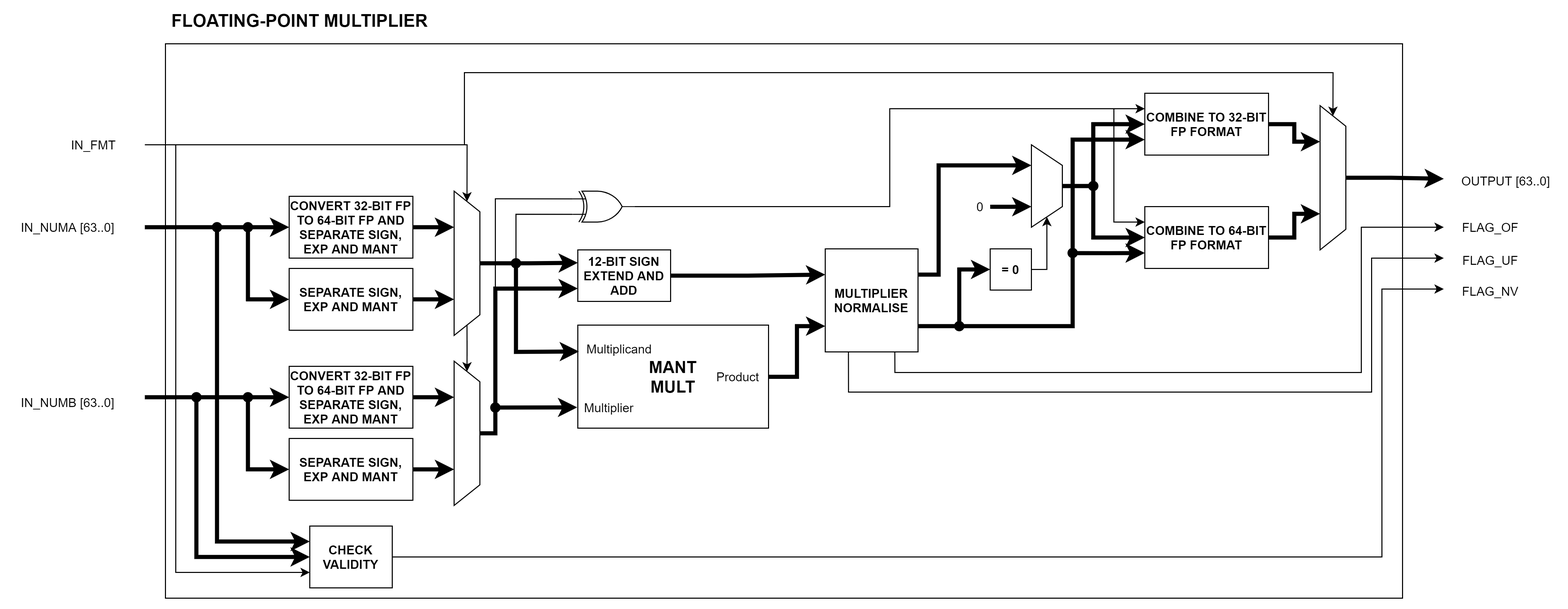
hohaicongthuan/Project-2 keeps this draw.io diagram as Diagrams/PNG_Format/FP_Unit/Floating-point-FP-Mul.drawio.png. Above is the earlier version. Source tidied: cells renumbered, new cells last; positions are measured from the earlier drawing's top-left corner, leaving out a move shared by most shapes.
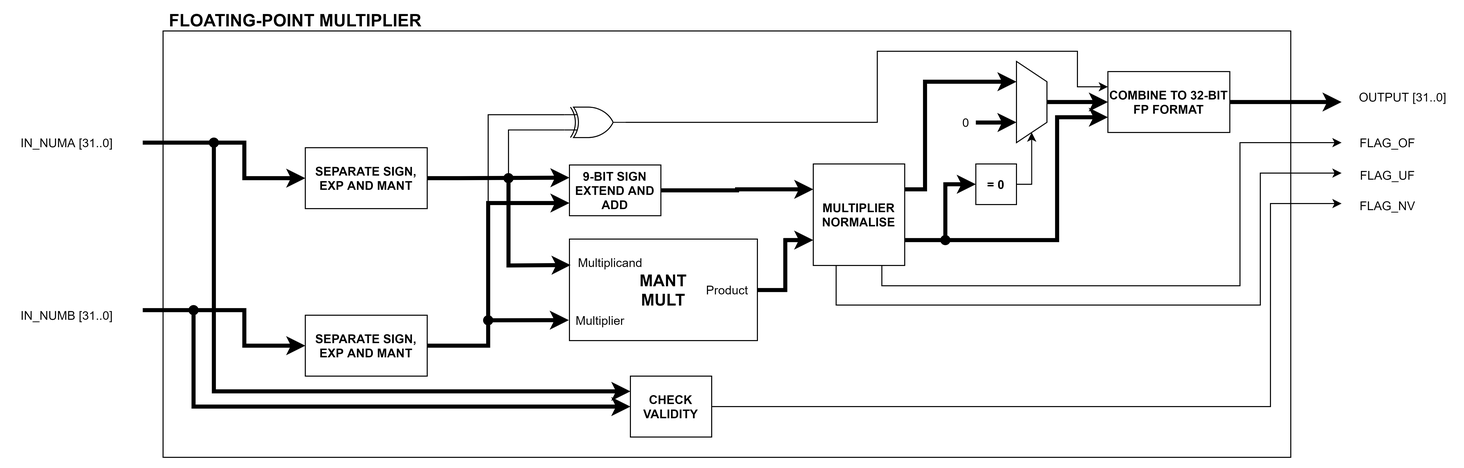
The same diagram one commit later.

What changed in the source:
```diff
@@ -3,85 +3,54 @@
     <mxCell id="0" />
     <mxCell id="1" parent="0" />
     <mxCell id="2" style="whiteSpace=wrap;html=1;fillColor=#FFFFFF;" parent="1" vertex="1">
-      <mxGeometry x="150" y="32" width="1200" height="538" as="geometry" />
+      <mxGeometry x="150" y="100" width="1110" height="420" as="geometry" />
     </mxCell>
-    <mxCell id="3" value="IN_NUMA [63..0]" style="text;html=1;align=center;verticalAlign=middle;strokeColor=none;fillColor=none;" parent="1" vertex="1">
+    <mxCell id="3" value="IN_NUMA [31..0]" style="text;html=1;align=center;verticalAlign=middle;strokeColor=none;fillColor=none;" parent="1" vertex="1">
       <mxGeometry y="200" width="110" height="20" as="geometry" />
     </mxCell>
     <mxCell id="4" value="&lt;font style=&quot;font-size: 17px&quot;&gt;&lt;b&gt;FLOATING-POINT MULTIPLIER&lt;/b&gt;&lt;/font&gt;" style="text;html=1;align=center;verticalAlign=middle;strokeColor=none;fillColor=none;" parent="1" vertex="1">
-      <mxGeometry x="150" width="260" height="20" as="geometry" />
+      <mxGeometry x="150" y="80" width="260" height="20" as="geometry" />
     </mxCell>
-    <mxCell id="5" style="endArrow=classic;html=1;rounded=0;strokeWidth=4;" parent="1" edge="1" target="7">
+    <mxCell id="5" style="endArrow=classic;html=1;rounded=0;strokeWidth=4;entryX=0;entryY=0.5;entryDx=0;entryDy=0;" parent="1" edge="1" target="10">
       <mxGeometry relative="1" as="geometry">
         <mxPoint x="130" y="210" as="sourcePoint" />
+        <Array as="points">
+          <mxPoint x="200" y="210" />
+          <mxPoint x="230" y="210" />
+          <mxPoint x="230" y="245" />
+        </Array>
       </mxGeometry>
     </mxCell>
-    <mxCell id="6" style="edgeStyle=orthogonalEdgeStyle;rounded=0;jettySize=auto;html=1;exitX=1;exitY=0.5;exitDx=0;exitDy=0;entryX=0.25;entryY=1;entryDx=0;entryDy=0;strokeWidth=4;" parent="1" edge="1" source="7" target="14">
-      <mxGeometry relative="1" as="geometry" />
-    </mxCell>
-    <mxCell id="7" value="&lt;b&gt;CONVERT 32-BIT FP TO 64-BIT FP AND SEPARATE SIGN, EXP AND MANT&lt;/b&gt;" style="rounded=0;whiteSpace=wrap;html=1;" parent="1" vertex="1">
-      <mxGeometry x="270" y="180" width="120" height="60" as="geometry" />
-    </mxCell>
-    <mxCell id="8" style="edgeStyle=orthogonalEdgeStyle;rounded=0;jettySize=auto;html=1;exitX=1;exitY=0.5;exitDx=0;exitDy=0;entryX=0.75;entryY=1;entryDx=0;entryDy=0;strokeWidth=4;" parent="1" edge="1" source="10" target="14">
-      <mxGeometry relative="1" as="geometry" />
-    </mxCell>
-    <mxCell id="9" style="edgeStyle=orthogonalEdgeStyle;rounded=0;jettySize=auto;html=1;exitX=0;exitY=0.5;exitDx=0;exitDy=0;strokeWidth=4;entryX=0;entryY=0.5;entryDx=0;entryDy=0;" parent="1" edge="1" target="10">
-      <mxGeometry relative="1" as="geometry">
-        <mxPoint x="230" y="210" as="sourcePoint" />
-        <Array as="points">
-          <mxPoint x="230" y="280" />
-        </Array>
-      </mxGeometry>
-    </mxCell>
     <mxCell id="10" value="&lt;b&gt;SEPARATE SIGN, EXP AND MANT&lt;/b&gt;" style="rounded=0;whiteSpace=wrap;html=1;" parent="1" vertex="1">
-      <mxGeometry x="270" y="250" width="120" height="60" as="geometry" />
+      <mxGeometry x="290" y="215" width="120" height="60" as="geometry" />
     </mxCell>
-    <mxCell id="11" style="edgeStyle=orthogonalEdgeStyle;rounded=0;jettySize=auto;html=1;strokeWidth=1;entryX=0;entryY=0.5;entryDx=0;entryDy=0;" parent="1" edge="1" target="14">
-      <mxGeometry relative="1" as="geometry">
-        <mxPoint x="130" y="130" as="sourcePoint" />
-      </mxGeometry>
-    </mxCell>
-    <mxCell id="12" style="edgeStyle=orthogonalEdgeStyle;rounded=0;jettySize=auto;html=1;exitX=0.5;exitY=0;exitDx=0;exitDy=0;strokeWidth=4;entryX=0;entryY=0.25;entryDx=0;entryDy=0;" parent="1" edge="1" source="14" target="16">
-      <mxGeometry relative="1" as="geometry" />
+    <mxCell id="12" style="edgeStyle=orthogonalEdgeStyle;rounded=0;jettySize=auto;html=1;exitX=1;exitY=0.5;exitDx=0;exitDy=0;strokeWidth=4;entryX=0;entryY=0.25;entryDx=0;entryDy=0;" parent="1" edge="1" source="10" target="16">
+      <mxGeometry relative="1" as="geometry">
+        <Array as="points">
+          <mxPoint x="440" y="244" />
+        </Array>
+      </mxGeometry>
     </mxCell>
-    <mxCell id="13" style="edgeStyle=orthogonalEdgeStyle;rounded=0;jettySize=auto;html=1;exitX=1;exitY=0.5;exitDx=0;exitDy=0;entryX=0;entryY=0.5;entryDx=0;entryDy=0;strokeWidth=1;" parent="1" edge="1" source="14" target="24">
-      <mxGeometry relative="1" as="geometry" />
-    </mxCell>
-    <mxCell id="14" style="shape=trapezoid;perimeter=trapezoidPerimeter;whiteSpace=wrap;html=1;fixedSize=1;direction=south;" parent="1" vertex="1">
-      <mxGeometry x="430" y="175" width="25" height="140" as="geometry" />
-    </mxCell>
     <mxCell id="15" style="edgeStyle=orthogonalEdgeStyle;rounded=0;jettySize=auto;html=1;exitX=1;exitY=0.5;exitDx=0;exitDy=0;entryX=0;entryY=0.25;entryDx=0;entryDy=0;strokeWidth=4;" parent="1" edge="1" source="16" target="36">
       <mxGeometry relative="1" as="geometry" />
     </mxCell>
-    <mxCell id="16" value="&lt;b&gt;12-BIT SIGN EXTEND AND ADD&lt;/b&gt;" style="rounded=0;whiteSpace=wrap;html=1;" parent="1" vertex="1">
+    <mxCell id="16" value="&lt;b&gt;9-BIT SIGN EXTEND AND ADD&lt;/b&gt;" style="rounded=0;whiteSpace=wrap;html=1;" parent="1" vertex="1">
       <mxGeometry x="550" y="232" width="90" height="50" as="geometry" />
     </mxCell>
-    <mxCell id="17" style="endArrow=classic;html=1;rounded=0;strokeWidth=4;" parent="1" edge="1" target="19">
+    <mxCell id="17" style="endArrow=classic;html=1;rounded=0;strokeWidth=4;entryX=0;entryY=0.5;entryDx=0;entryDy=0;" parent="1" edge="1" target="22">
       <mxGeometry relative="1" as="geometry">
         <mxPoint x="130" y="375" as="sourcePoint" />
+        <Array as="points">
+          <mxPoint x="200" y="375" />
+          <mxPoint x="230" y="375" />
+          <mxPoint x="230" y="410" />
+        </Array>
       </mxGeometry>
     </mxCell>
-    <mxCell id="18" style="edgeStyle=orthogonalEdgeStyle;rounded=0;jettySize=auto;html=1;exitX=1;exitY=0.5;exitDx=0;exitDy=0;entryX=0.25;entryY=1;entryDx=0;entryDy=0;strokeWidth=4;" parent="1" edge="1" source="19" target="24">
-      <mxGeometry relative="1" as="geometry" />
-    </mxCell>
-    <mxCell id="19" value="&lt;b&gt;CONVERT 32-BIT FP TO 64-BIT FP AND SEPARATE SIGN, EXP AND MANT&lt;/b&gt;" style="rounded=0;whiteSpace=wrap;html=1;" parent="1" vertex="1">
-      <mxGeometry x="270" y="345" width="120" height="60" as="geometry" />
-    </mxCell>
-    <mxCell id="20" style="edgeStyle=orthogonalEdgeStyle;rounded=0;jettySize=auto;html=1;exitX=1;exitY=0.5;exitDx=0;exitDy=0;entryX=0.75;entryY=1;entryDx=0;entryDy=0;strokeWidth=4;" parent="1" edge="1" source="22" target="24">
-      <mxGeometry relative="1" as="geometry" />
-    </mxCell>
-    <mxCell id="21" style="edgeStyle=orthogonalEdgeStyle;rounded=0;jettySize=auto;html=1;exitX=0;exitY=0.5;exitDx=0;exitDy=0;strokeWidth=4;entryX=0;entryY=0.5;entryDx=0;entryDy=0;" parent="1" edge="1" target="22">
-      <mxGeometry relative="1" as="geometry">
-        <mxPoint x="230" y="375" as="sourcePoint" />
-        <Array as="points">
-          <mxPoint x="230" y="445" />
-        </Array>
-      </mxGeometry>
-    </mxCell>
     <mxCell id="22" value="&lt;b&gt;SEPARATE SIGN, EXP AND MANT&lt;/b&gt;" style="rounded=0;whiteSpace=wrap;html=1;" parent="1" vertex="1">
-      <mxGeometry x="270" y="415" width="120" height="60" as="geometry" />
+      <mxGeometry x="290" y="380" width="120" height="60" as="geometry" />
     </mxCell>
-    <mxCell id="23" style="edgeStyle=orthogonalEdgeStyle;rounded=0;jettySize=auto;html=1;exitX=0.5;exitY=0;exitDx=0;exitDy=0;entryX=0;entryY=0.75;entryDx=0;entryDy=0;strokeWidth=4;" parent="1" edge="1" source="24" target="16">
+    <mxCell id="23" style="edgeStyle=orthogonalEdgeStyle;rounded=0;jettySize=auto;html=1;exitX=1;exitY=0.5;exitDx=0;exitDy=0;entryX=0;entryY=0.75;entryDx=0;entryDy=0;strokeWidth=4;" parent="1" edge="1" source="22" target="16">
       <mxGeometry relative="1" as="geometry">
         <Array as="points">
           <mxPoint x="470" y="410" />
@@ -89,9 +58,6 @@
         </Array>
       </mxGeometry>
     </mxCell>
-    <mxCell id="24" style="shape=trapezoid;perimeter=trapezoidPerimeter;whiteSpace=wrap;html=1;fixedSize=1;direction=south;" parent="1" vertex="1">
-      <mxGeometry x="430" y="340" width="25" height="140" as="geometry" />
-    </mxCell>
     <mxCell id="25" value="&lt;font face=&quot;poppins, arial, sans-serif&quot;&gt;&lt;span style=&quot;font-size: 16px ; background-color: rgb(255 , 255 , 255)&quot;&gt;&lt;b&gt;MANT&lt;br&gt;MULT&lt;/b&gt;&lt;/span&gt;&lt;/font&gt;" style="rounded=0;whiteSpace=wrap;html=1;" parent="1" vertex="1">
       <mxGeometry x="550" y="305" width="185" height="100" as="geometry" />
     </mxCell>
@@ -124,7 +90,7 @@
       <mxGeometry relative="1" as="geometry">
         <Array as="points">
           <mxPoint x="1030" y="306" />
-          <mxPoint x="1030" y="125" />
+          <mxPoint x="1030" y="185" />
         </Array>
       </mxGeometry>
     </mxCell>
@@ -138,21 +104,21 @@
     </mxCell>
     <mxCell id="34" style="edgeStyle=orthogonalEdgeStyle;rounded=0;jettySize=auto;html=1;exitX=0.75;exitY=1;exitDx=0;exitDy=0;endArrow=classic;endFill=1;strokeWidth=1;" parent="1" edge="1" source="36">
       <mxGeometry relative="1" as="geometry">
-        <mxPoint x="1390" y="210" as="targetPoint" />
+        <mxPoint x="1310" y="210" as="targetPoint" />
         <Array as="points">
-          <mxPoint x="857" y="351" />
-          <mxPoint x="1310" y="351" />
-          <mxPoint x="1310" y="210" />
+          <mxPoint x="858" y="351" />
+          <mxPoint x="1210" y="351" />
+          <mxPoint x="1210" y="210" />
         </Array>
       </mxGeometry>
     </mxCell>
     <mxCell id="35" style="edgeStyle=orthogonalEdgeStyle;rounded=0;jettySize=auto;html=1;exitX=0.25;exitY=1;exitDx=0;exitDy=0;endArrow=classic;endFill=1;strokeWidth=1;" parent="1" edge="1" source="36">
       <mxGeometry relative="1" as="geometry">
-        <mxPoint x="1390" y="240" as="targetPoint" />
+        <mxPoint x="1310" y="240" as="targetPoint" />
         <Array as="points">
           <mxPoint x="813" y="370" />
-          <mxPoint x="1320" y="370" />
-          <mxPoint x="1320" y="240" />
+          <mxPoint x="1230" y="370" />
+          <mxPoint x="1230" y="240" />
         </Array>
       </mxGeometry>
     </mxCell>
@@ -173,7 +139,14 @@
       </mxGeometry>
     </mxCell>
     <mxCell id="39" style="edgeStyle=orthogonalEdgeStyle;rounded=0;jettySize=auto;html=1;exitX=1;exitY=0.5;exitDx=0;exitDy=0;exitPerimeter=0;entryX=0;entryY=0.25;entryDx=0;entryDy=0;endArrow=classic;endFill=1;strokeWidth=1;" parent="1" edge="1" source="40" target="49">
-      <mxGeometry relative="1" as="geometry" />
+      <mxGeometry relative="1" as="geometry">
+        <Array as="points">
+          <mxPoint x="853" y="190" />
+          <mxPoint x="853" y="120" />
+          <mxPoint x="1050" y="120" />
+          <mxPoint x="1050" y="155" />
+        </Array>
+      </mxGeometry>
     </mxCell>
     <mxCell id="40" style="verticalLabelPosition=bottom;shadow=0;dashed=0;align=center;html=1;verticalAlign=top;shape=mxgraph.electrical.logic_gates.logic_gate;operation=xor;" parent="1" vertex="1">
       <mxGeometry x="545" y="175" width="60" height="30" as="geometry" />
@@ -181,8 +154,8 @@
     <mxCell id="41" style="edgeStyle=orthogonalEdgeStyle;rounded=0;jettySize=auto;html=1;exitX=0.5;exitY=0;exitDx=0;exitDy=0;strokeWidth=4;entryX=0;entryY=0.5;entryDx=0;entryDy=0;" parent="1" edge="1" source="43" target="49">
       <mxGeometry relative="1" as="geometry">
         <Array as="points">
-          <mxPoint x="1050" y="170" />
-          <mxPoint x="1050" y="110" />
+          <mxPoint x="1070" y="170" />
+          <mxPoint x="1070" y="170" />
         </Array>
       </mxGeometry>
     </mxCell>
@@ -215,75 +188,20 @@
     <mxCell id="47" value="0" style="text;html=1;align=center;verticalAlign=middle;strokeColor=none;fillColor=none;" parent="1" vertex="1">
       <mxGeometry x="930" y="180" width="20" height="20" as="geometry" />
     </mxCell>
-    <mxCell id="48" style="edgeStyle=orthogonalEdgeStyle;rounded=0;jettySize=auto;html=1;exitX=1;exitY=0.5;exitDx=0;exitDy=0;entryX=0.25;entryY=1;entryDx=0;entryDy=0;endArrow=classic;endFill=1;strokeWidth=4;" parent="1" edge="1" source="49" target="57">
-      <mxGeometry relative="1" as="geometry" />
+    <mxCell id="48" style="edgeStyle=orthogonalEdgeStyle;rounded=0;jettySize=auto;html=1;exitX=1;exitY=0.5;exitDx=0;exitDy=0;endArrow=classic;endFill=1;strokeWidth=4;" parent="1" edge="1" source="49">
+      <mxGeometry relative="1" as="geometry">
+        <mxPoint x="1310" y="170" as="targetPoint" />
+      </mxGeometry>
     </mxCell>
     <mxCell id="49" value="&lt;b&gt;COMBINE TO 32-BIT FP FORMAT&lt;/b&gt;" style="rounded=0;whiteSpace=wrap;html=1;" parent="1" vertex="1">
-      <mxGeometry x="1100" y="80" width="120" height="60" as="geometry" />
+      <mxGeometry x="1080" y="140" width="120" height="60" as="geometry" />
     </mxCell>
-    <mxCell id="50" style="edgeStyle=orthogonalEdgeStyle;rounded=0;jettySize=auto;html=1;exitX=0;exitY=0.25;exitDx=0;exitDy=0;endArrow=classic;endFill=1;strokeWidth=1;entryX=0;entryY=0.25;entryDx=0;entryDy=0;" parent="1" edge="1" target="54">
-      <mxGeometry relative="1" as="geometry">
-        <mxPoint x="1070" y="95" as="sourcePoint" />
-        <Array as="points">
-          <mxPoint x="1070" y="205" />
-        </Array>
-      </mxGeometry>
-    </mxCell>
-    <mxCell id="51" style="edgeStyle=orthogonalEdgeStyle;rounded=0;jettySize=auto;html=1;exitX=0;exitY=0.5;exitDx=0;exitDy=0;endArrow=classic;endFill=1;strokeWidth=4;entryX=0;entryY=0.5;entryDx=0;entryDy=0;" parent="1" edge="1" target="54">
-      <mxGeometry relative="1" as="geometry">
-        <mxPoint x="1050" y="170" as="sourcePoint" />
-        <Array as="points">
-          <mxPoint x="1050" y="220" />
-        </Array>
-      </mxGeometry>
-    </mxCell>
-    <mxCell id="52" style="edgeStyle=orthogonalEdgeStyle;rounded=0;jettySize=auto;html=1;exitX=0;exitY=0.75;exitDx=0;exitDy=0;endArrow=classic;endFill=1;strokeWidth=4;entryX=0;entryY=0.75;entryDx=0;entryDy=0;" parent="1" edge="1" target="54">
-      <mxGeometry relative="1" as="geometry">
-        <mxPoint x="1030" y="235.1" as="sourcePoint" />
-      </mxGeometry>
-    </mxCell>
-    <mxCell id="53" style="edgeStyle=orthogonalEdgeStyle;rounded=0;jettySize=auto;html=1;exitX=1;exitY=0.5;exitDx=0;exitDy=0;entryX=0.75;entryY=1;entryDx=0;entryDy=0;endArrow=classic;endFill=1;strokeWidth=4;" parent="1" edge="1" source="54" target="57">
-      <mxGeometry relative="1" as="geometry" />
-    </mxCell>
-    <mxCell id="54" value="&lt;b&gt;COMBINE TO 64-BIT FP FORMAT&lt;/b&gt;" style="rounded=0;whiteSpace=wrap;html=1;" parent="1" vertex="1">
-      <mxGeometry x="1100" y="190" width="120" height="60" as="geometry" />
-    </mxCell>
-    <mxCell id="55" style="edgeStyle=orthogonalEdgeStyle;rounded=0;jettySize=auto;html=1;exitX=0.5;exitY=0;exitDx=0;exitDy=0;endArrow=classic;endFill=1;strokeWidth=4;" parent="1" edge="1" source="57">
-      <mxGeometry relative="1" as="geometry">
-        <mxPoint x="1390" y="163" as="targetPoint" />
-        <Array as="points">
-          <mxPoint x="1339" y="162" />
-          <mxPoint x="1339" y="163" />
-        </Array>
-      </mxGeometry>
-    </mxCell>
-    <mxCell id="56" style="edgeStyle=orthogonalEdgeStyle;rounded=0;jettySize=auto;html=1;exitX=0;exitY=0.5;exitDx=0;exitDy=0;endArrow=classic;endFill=1;strokeWidth=1;entryX=0;entryY=0.5;entryDx=0;entryDy=0;" parent="1" edge="1" target="57">
-      <mxGeometry relative="1" as="geometry">
-        <mxPoint x="440" y="130" as="sourcePoint" />
-        <Array as="points">
-          <mxPoint x="440" y="60" />
-          <mxPoint x="1283" y="60" />
-        </Array>
-      </mxGeometry>
-    </mxCell>
-    <mxCell id="57" style="shape=trapezoid;perimeter=trapezoidPerimeter;whiteSpace=wrap;html=1;fixedSize=1;direction=south;" parent="1" vertex="1">
-      <mxGeometry x="1270" y="92" width="25" height="140" as="geometry" />
-    </mxCell>
-    <mxCell id="58" value="IN_NUMB [63..0]" style="text;html=1;align=center;verticalAlign=middle;strokeColor=none;fillColor=none;" parent="1" vertex="1">
+    <mxCell id="58" value="IN_NUMB [31..0]" style="text;html=1;align=center;verticalAlign=middle;strokeColor=none;fillColor=none;" parent="1" vertex="1">
       <mxGeometry y="370" width="110" height="20" as="geometry" />
     </mxCell>
-    <mxCell id="59" value="IN_FMT" style="text;html=1;align=center;verticalAlign=middle;strokeColor=none;fillColor=none;" parent="1" vertex="1">
-      <mxGeometry x="50" y="120" width="60" height="20" as="geometry" />
-    </mxCell>
-    <mxCell id="60" value="OUTPUT [63..0]" style="text;html=1;align=center;verticalAlign=middle;strokeColor=none;fillColor=none;" parent="1" vertex="1">
-      <mxGeometry x="1400" y="155" width="100" height="20" as="geometry" />
+    <mxCell id="60" value="OUTPUT [31..0]" style="text;html=1;align=center;verticalAlign=middle;strokeColor=none;fillColor=none;" parent="1" vertex="1">
+      <mxGeometry x="1320" y="155" width="100" height="20" as="geometry" />
     </mxCell>
-    <mxCell id="61" style="ellipse;whiteSpace=wrap;html=1;strokeColor=none;fillColor=#000000;" parent="1" vertex="1">
-      <mxGeometry x="225" y="205" width="10" height="10" as="geometry" />
-    </mxCell>
-    <mxCell id="62" style="ellipse;whiteSpace=wrap;html=1;strokeColor=none;fillColor=#000000;" parent="1" vertex="1">
-      <mxGeometry x="225" y="370" width="10" height="10" as="geometry" />
-    </mxCell>
     <mxCell id="63" style="ellipse;whiteSpace=wrap;html=1;strokeColor=none;fillColor=#000000;" parent="1" vertex="1">
       <mxGeometry x="485" y="240" width="10" height="10" as="geometry" />
     </mxCell>
@@ -293,23 +211,17 @@
     <mxCell id="65" style="ellipse;whiteSpace=wrap;html=1;strokeColor=none;fillColor=#000000;" parent="1" vertex="1">
       <mxGeometry x="915" y="301" width="10" height="10" as="geometry" />
     </mxCell>
-    <mxCell id="66" style="ellipse;whiteSpace=wrap;html=1;strokeColor=none;fillColor=#000000;" parent="1" vertex="1">
-      <mxGeometry x="1045" y="165" width="10" height="10" as="geometry" />
-    </mxCell>
-    <mxCell id="67" style="ellipse;whiteSpace=wrap;html=1;strokeColor=none;fillColor=#000000;" parent="1" vertex="1">
-      <mxGeometry x="1025" y="230" width="10" height="10" as="geometry" />
-    </mxCell>
     <mxCell id="68" value="FLAG_OF" style="text;html=1;align=center;verticalAlign=middle;strokeColor=none;fillColor=none;" parent="1" vertex="1">
-      <mxGeometry x="1400" y="200" width="70" height="20" as="geometry" />
+      <mxGeometry x="1320" y="200" width="70" height="20" as="geometry" />
     </mxCell>
     <mxCell id="69" value="FLAG_UF" style="text;html=1;align=center;verticalAlign=middle;strokeColor=none;fillColor=none;" parent="1" vertex="1">
-      <mxGeometry x="1400" y="232" width="70" height="20" as="geometry" />
+      <mxGeometry x="1320" y="232" width="70" height="20" as="geometry" />
     </mxCell>
     <mxCell id="70" style="edgeStyle=orthogonalEdgeStyle;rounded=0;jettySize=auto;html=1;exitX=0;exitY=0.25;exitDx=0;exitDy=0;endArrow=classic;endFill=1;strokeWidth=4;entryX=0;entryY=0.25;entryDx=0;entryDy=0;" parent="1" edge="1" target="74">
       <mxGeometry relative="1" as="geometry">
         <mxPoint x="200" y="210" as="sourcePoint" />
         <Array as="points">
-          <mxPoint x="200" y="515" />
+          <mxPoint x="200" y="455" />
         </Array>
       </mxGeometry>
     </mxCell>
@@ -317,33 +229,24 @@
       <mxGeometry relative="1" as="geometry">
         <mxPoint x="180" y="376" as="sourcePoint" />
         <Array as="points">
-          <mxPoint x="180" y="530" />
+          <mxPoint x="180" y="470" />
         </Array>
       </mxGeometry>
     </mxCell>
-    <mxCell id="72" style="edgeStyle=orthogonalEdgeStyle;rounded=0;jettySize=auto;html=1;endArrow=classic;endFill=1;strokeWidth=1;entryX=0;entryY=0.75;entryDx=0;entryDy=0;" parent="1" edge="1" target="74">
-      <mxGeometry relative="1" as="geometry">
-        <mxPoint x="160" y="130" as="sourcePoint" />
-        <Array as="points">
-          <mxPoint x="160" y="130" />
-          <mxPoint x="160" y="545" />
-        </Array>
-      </mxGeometry>
-    </mxCell>
     <mxCell id="73" style="edgeStyle=orthogonalEdgeStyle;rounded=0;jettySize=auto;html=1;exitX=1;exitY=0.5;exitDx=0;exitDy=0;endArrow=classic;endFill=1;strokeWidth=1;" parent="1" edge="1" source="74">
       <mxGeometry relative="1" as="geometry">
-        <mxPoint x="1390" y="270" as="targetPoint" />
+        <mxPoint x="1310" y="270" as="targetPoint" />
         <Array as="points">
-          <mxPoint x="1330" y="530" />
-          <mxPoint x="1330" y="270" />
+          <mxPoint x="1240" y="470" />
+          <mxPoint x="1240" y="270" />
         </Array>
       </mxGeometry>
     </mxCell>
     <mxCell id="74" value="&lt;b&gt;CHECK VALIDITY&lt;/b&gt;" style="rounded=0;whiteSpace=wrap;html=1;fillColor=#FFFFFF;" parent="1" vertex="1">
-      <mxGeometry x="290" y="500" width="80" height="60" as="geometry" />
+      <mxGeometry x="610" y="440" width="80" height="60" as="geometry" />
     </mxCell>
     <mxCell id="75" value="FLAG_NV" style="text;html=1;align=center;verticalAlign=middle;strokeColor=none;fillColor=none;" parent="1" vertex="1">
-      <mxGeometry x="1400" y="262" width="70" height="20" as="geometry" />
+      <mxGeometry x="1320" y="262" width="70" height="20" as="geometry" />
     </mxCell>
     <mxCell id="76" style="ellipse;whiteSpace=wrap;html=1;strokeColor=none;fillColor=#000000;" parent="1" vertex="1">
       <mxGeometry x="175" y="370" width="10" height="10" as="geometry" />
```
